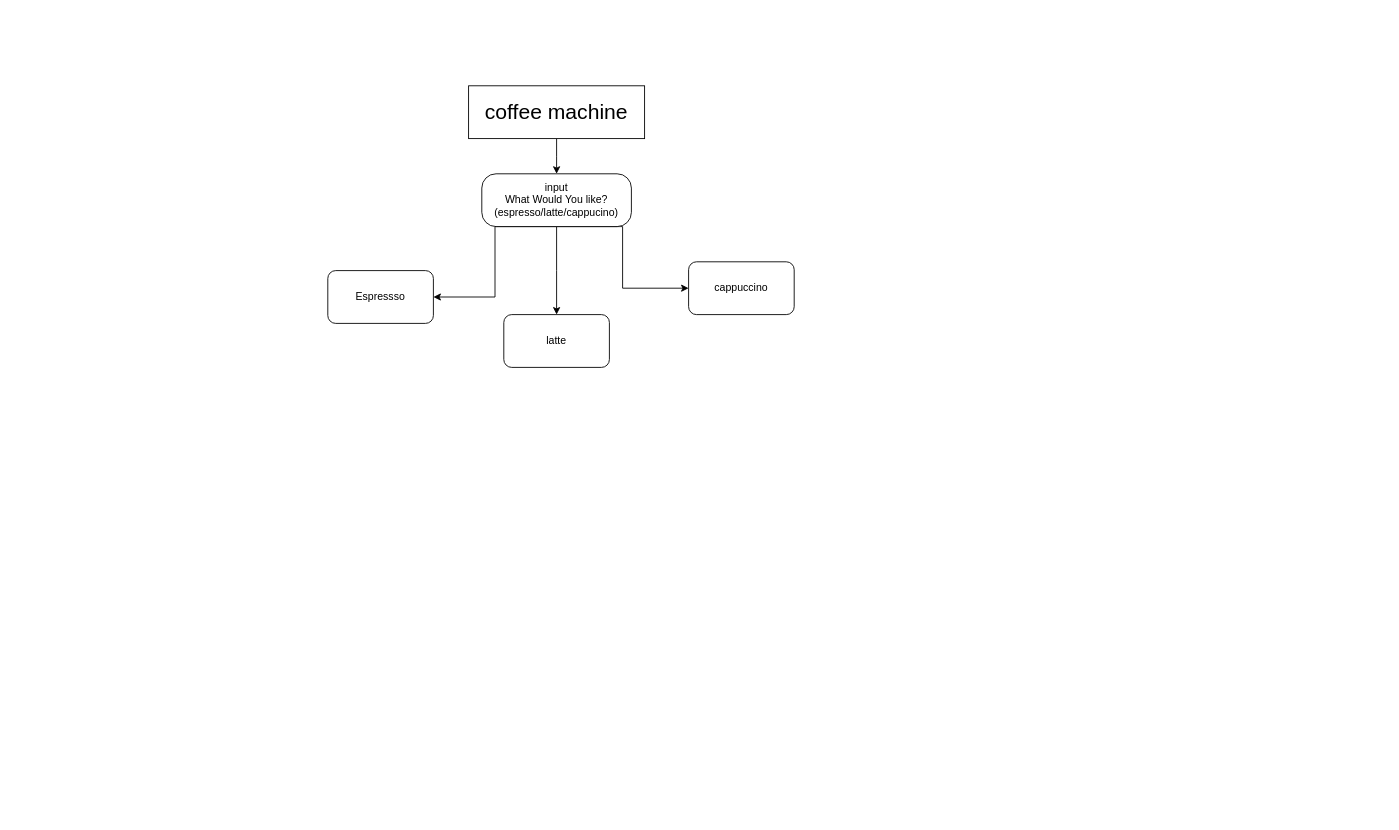
Before: coffee_machine.drawio in SamSharma3/test, a draw.io diagram. Source tidied: cells renumbered, new cells numbered last; positions are measured from the earlier drawing's top-left corner, leaving out a move shared by most shapes. Both pictures are drawn from the tidied source at 88%, with x=0, y=0 at pixel (327, 85).
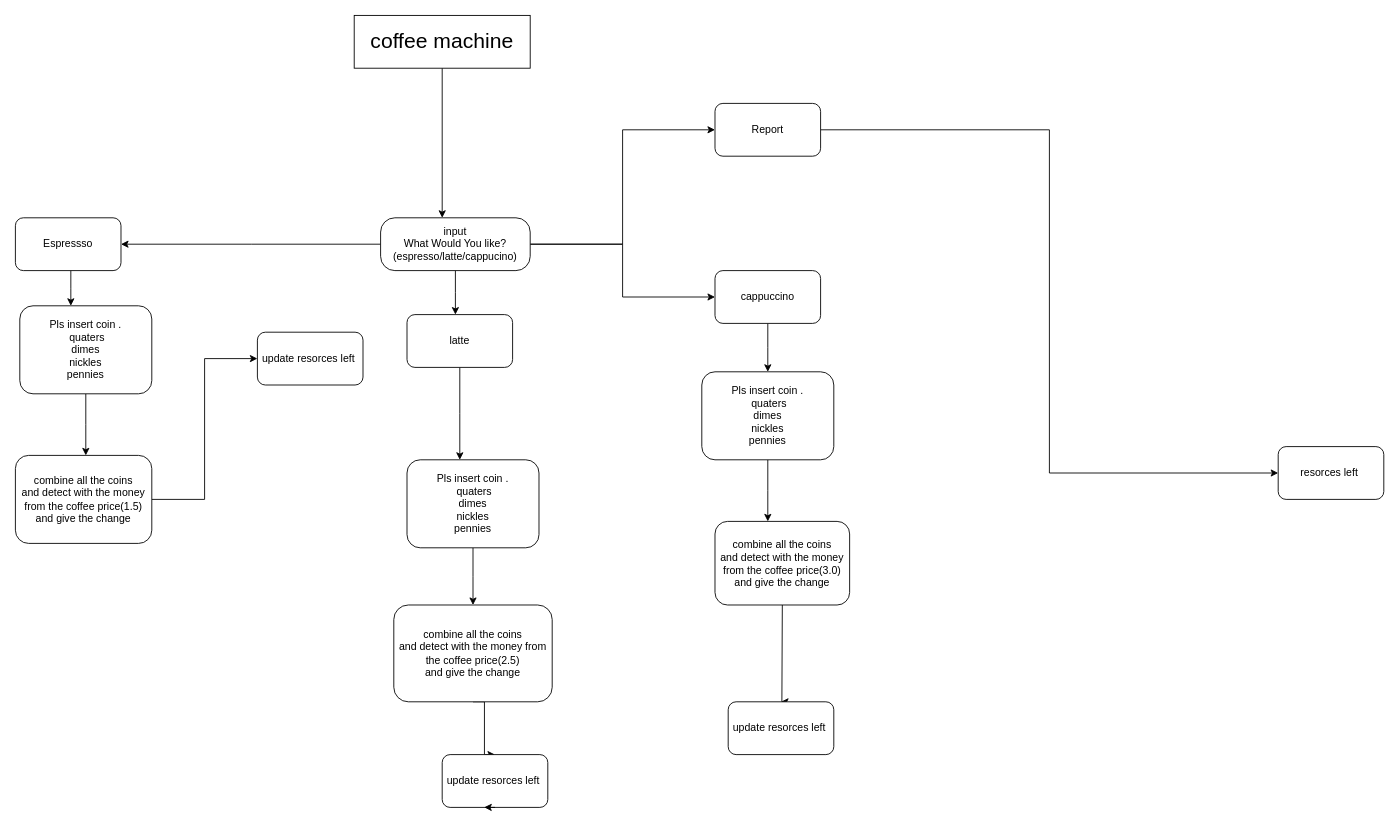
The same diagram, later.

The edit, as a diff of the source:
```diff
@@
     <mxCell id="3" value="&lt;font style=&quot;font-size: 24px;&quot;&gt;coffee machine&lt;/font&gt;" style="rounded=0;whiteSpace=wrap;html=1;" parent="1" vertex="1">
-      <mxGeometry x="160" width="200" height="60" as="geometry" />
+      <mxGeometry x="30" y="-80" width="200" height="60" as="geometry" />
     </mxCell>
+    <mxCell id="5" style="edgeStyle=elbowEdgeStyle;rounded=0;jettySize=auto;html=1;exitX=0.5;exitY=1;exitDx=0;exitDy=0;" parent="1" edge="1" source="7" target="9">
+      <mxGeometry relative="1" as="geometry" />
+    </mxCell>
+    <mxCell id="11" style="edgeStyle=elbowEdgeStyle;rounded=0;jettySize=auto;html=1;exitX=1;exitY=0.5;exitDx=0;exitDy=0;entryX=0;entryY=0.5;entryDx=0;entryDy=0;" parent="1" edge="1" source="7" target="16">
+      <mxGeometry relative="1" as="geometry" />
+    </mxCell>
-    <mxCell id="4" style="edgeStyle=elbowEdgeStyle;rounded=0;jettySize=auto;html=1;exitX=0.5;exitY=1;exitDx=0;exitDy=0;" parent="1" edge="1" source="7" target="8">
+    <mxCell id="4" style="edgeStyle=elbowEdgeStyle;rounded=0;jettySize=auto;html=1;exitX=0;exitY=0.5;exitDx=0;exitDy=0;entryX=1;entryY=0.5;entryDx=0;entryDy=0;" parent="1" edge="1" source="7" target="8">
       <mxGeometry relative="1" as="geometry" />
     </mxCell>
-    <mxCell id="5" style="edgeStyle=elbowEdgeStyle;rounded=0;jettySize=auto;html=1;exitX=0.5;exitY=1;exitDx=0;exitDy=0;" parent="1" edge="1" source="7" target="9">
-      <mxGeometry relative="1" as="geometry" />
-    </mxCell>
-    <mxCell id="6" style="edgeStyle=elbowEdgeStyle;rounded=0;jettySize=auto;html=1;exitX=0.5;exitY=1;exitDx=0;exitDy=0;" parent="1" edge="1" source="7" target="10">
+    <mxCell id="6" style="edgeStyle=elbowEdgeStyle;rounded=0;jettySize=auto;html=1;exitX=1;exitY=0.5;exitDx=0;exitDy=0;entryX=0;entryY=0.5;entryDx=0;entryDy=0;" parent="1" edge="1" source="7" target="10">
       <mxGeometry relative="1" as="geometry" />
     </mxCell>
     <mxCell id="7" value="input&lt;br&gt;What Would You like?&lt;br&gt;(espresso/latte/cappucino)" style="rounded=1;whiteSpace=wrap;html=1;arcSize=27;" parent="1" vertex="1">
-      <mxGeometry x="175" y="100" width="170" height="60" as="geometry" />
+      <mxGeometry x="60" y="150" width="170" height="60" as="geometry" />
     </mxCell>
+    <mxCell id="12" style="edgeStyle=elbowEdgeStyle;rounded=0;jettySize=auto;html=1;" parent="1" edge="1" source="8" target="18">
+      <mxGeometry relative="1" as="geometry" />
+    </mxCell>
     <mxCell id="8" value="Espressso" style="rounded=1;whiteSpace=wrap;html=1;" parent="1" vertex="1">
-      <mxGeometry y="210" width="120" height="60" as="geometry" />
+      <mxGeometry x="-355" y="150" width="120" height="60" as="geometry" />
     </mxCell>
+    <mxCell id="13" style="edgeStyle=elbowEdgeStyle;rounded=0;jettySize=auto;html=1;exitX=0.5;exitY=1;exitDx=0;exitDy=0;" parent="1" edge="1" source="9" target="21">
+      <mxGeometry relative="1" as="geometry" />
+    </mxCell>
     <mxCell id="9" value="latte" style="rounded=1;whiteSpace=wrap;html=1;" parent="1" vertex="1">
-      <mxGeometry x="200" y="260" width="120" height="60" as="geometry" />
+      <mxGeometry x="90" y="260" width="120" height="60" as="geometry" />
     </mxCell>
+    <mxCell id="14" style="edgeStyle=elbowEdgeStyle;rounded=0;jettySize=auto;html=1;exitX=0.5;exitY=1;exitDx=0;exitDy=0;entryX=0.5;entryY=0;entryDx=0;entryDy=0;" parent="1" edge="1" source="10" target="23">
+      <mxGeometry relative="1" as="geometry" />
+    </mxCell>
     <mxCell id="10" value="cappuccino" style="rounded=1;whiteSpace=wrap;html=1;" parent="1" vertex="1">
-      <mxGeometry x="410" y="200" width="120" height="60" as="geometry" />
+      <mxGeometry x="440" y="210" width="120" height="60" as="geometry" />
     </mxCell>
+    <mxCell id="15" style="edgeStyle=elbowEdgeStyle;rounded=0;jettySize=auto;html=1;" parent="1" edge="1" source="16" target="19">
+      <mxGeometry relative="1" as="geometry" />
+    </mxCell>
+    <mxCell id="16" value="Report" style="rounded=1;whiteSpace=wrap;html=1;" parent="1" vertex="1">
+      <mxGeometry x="440" y="20" width="120" height="60" as="geometry" />
+    </mxCell>
+    <mxCell id="17" style="edgeStyle=elbowEdgeStyle;rounded=0;jettySize=auto;html=1;" parent="1" edge="1" source="18" target="25">
+      <mxGeometry relative="1" as="geometry" />
+    </mxCell>
+    <mxCell id="18" value="Pls insert coin .&lt;br&gt;&amp;nbsp;quaters&lt;br&gt;dimes&lt;br&gt;nickles&lt;br&gt;pennies&lt;br&gt;" style="whiteSpace=wrap;html=1;rounded=1;" parent="1" vertex="1">
+      <mxGeometry x="-350" y="250" width="150" height="100" as="geometry" />
+    </mxCell>
+    <mxCell id="19" value="resorces left&amp;nbsp;" style="whiteSpace=wrap;html=1;rounded=1;" parent="1" vertex="1">
+      <mxGeometry x="1080" y="410" width="120" height="60" as="geometry" />
+    </mxCell>
+    <mxCell id="20" style="edgeStyle=elbowEdgeStyle;rounded=0;jettySize=auto;html=1;" parent="1" edge="1" source="21" target="27">
+      <mxGeometry relative="1" as="geometry" />
+    </mxCell>
+    <mxCell id="21" value="Pls insert coin .&lt;br&gt;&amp;nbsp;quaters&lt;br&gt;dimes&lt;br&gt;nickles&lt;br&gt;pennies&lt;br&gt;" style="whiteSpace=wrap;html=1;rounded=1;" parent="1" vertex="1">
+      <mxGeometry x="90" y="425" width="150" height="100" as="geometry" />
+    </mxCell>
+    <mxCell id="22" style="edgeStyle=elbowEdgeStyle;rounded=0;jettySize=auto;html=1;exitX=0.5;exitY=1;exitDx=0;exitDy=0;" parent="1" edge="1" source="23" target="29">
+      <mxGeometry relative="1" as="geometry" />
+    </mxCell>
+    <mxCell id="23" value="Pls insert coin .&lt;br&gt;&amp;nbsp;quaters&lt;br&gt;dimes&lt;br&gt;nickles&lt;br&gt;pennies&lt;br&gt;" style="whiteSpace=wrap;html=1;rounded=1;" parent="1" vertex="1">
+      <mxGeometry x="425" y="325" width="150" height="100" as="geometry" />
+    </mxCell>
+    <mxCell id="24" style="edgeStyle=elbowEdgeStyle;rounded=0;jettySize=auto;html=1;" parent="1" edge="1" source="25" target="31">
+      <mxGeometry relative="1" as="geometry" />
+    </mxCell>
+    <mxCell id="25" value="combine all the coins&lt;br&gt;and detect with the money from the coffee price(1.5)&lt;br&gt;and give the change" style="whiteSpace=wrap;html=1;rounded=1;" parent="1" vertex="1">
+      <mxGeometry x="-355" y="420" width="155" height="100" as="geometry" />
+    </mxCell>
+    <mxCell id="26" style="edgeStyle=elbowEdgeStyle;rounded=0;jettySize=auto;html=1;exitX=0.5;exitY=1;exitDx=0;exitDy=0;entryX=0.5;entryY=0;entryDx=0;entryDy=0;" parent="1" edge="1" source="27" target="32">
+      <mxGeometry relative="1" as="geometry" />
+    </mxCell>
+    <mxCell id="27" value="combine all the coins&lt;br&gt;and detect with the money from the coffee price(2.5)&lt;br&gt;and give the change" style="whiteSpace=wrap;html=1;rounded=1;" parent="1" vertex="1">
+      <mxGeometry x="75" y="590" width="180" height="110" as="geometry" />
+    </mxCell>
+    <mxCell id="28" style="edgeStyle=elbowEdgeStyle;rounded=0;jettySize=auto;html=1;exitX=0.5;exitY=1;exitDx=0;exitDy=0;entryX=0.5;entryY=0;entryDx=0;entryDy=0;" parent="1" edge="1" source="29" target="30">
+      <mxGeometry relative="1" as="geometry" />
+    </mxCell>
+    <mxCell id="29" value="combine all the coins&lt;br&gt;and detect with the money from the coffee price(3.0)&lt;br&gt;and give the change" style="whiteSpace=wrap;html=1;rounded=1;" parent="1" vertex="1">
+      <mxGeometry x="440" y="495" width="153" height="95" as="geometry" />
+    </mxCell>
+    <mxCell id="30" value="update resorces left&amp;nbsp;" style="whiteSpace=wrap;html=1;rounded=1;" parent="1" vertex="1">
+      <mxGeometry x="455" y="700" width="120" height="60" as="geometry" />
+    </mxCell>
+    <mxCell id="31" value="update resorces left&amp;nbsp;" style="whiteSpace=wrap;html=1;rounded=1;" parent="1" vertex="1">
+      <mxGeometry x="-80" y="280" width="120" height="60" as="geometry" />
+    </mxCell>
+    <mxCell id="32" value="update resorces left&amp;nbsp;" style="whiteSpace=wrap;html=1;rounded=1;" parent="1" vertex="1">
+      <mxGeometry x="130" y="760" width="120" height="60" as="geometry" />
+    </mxCell>
+    <mxCell id="33" style="edgeStyle=elbowEdgeStyle;rounded=0;orthogonalLoop=1;jettySize=auto;html=1;exitX=0.5;exitY=1;exitDx=0;exitDy=0;entryX=0.398;entryY=0.998;entryDx=0;entryDy=0;entryPerimeter=0;" parent="1" edge="1" source="32" target="32">
+      <mxGeometry relative="1" as="geometry" />
+    </mxCell>
```
